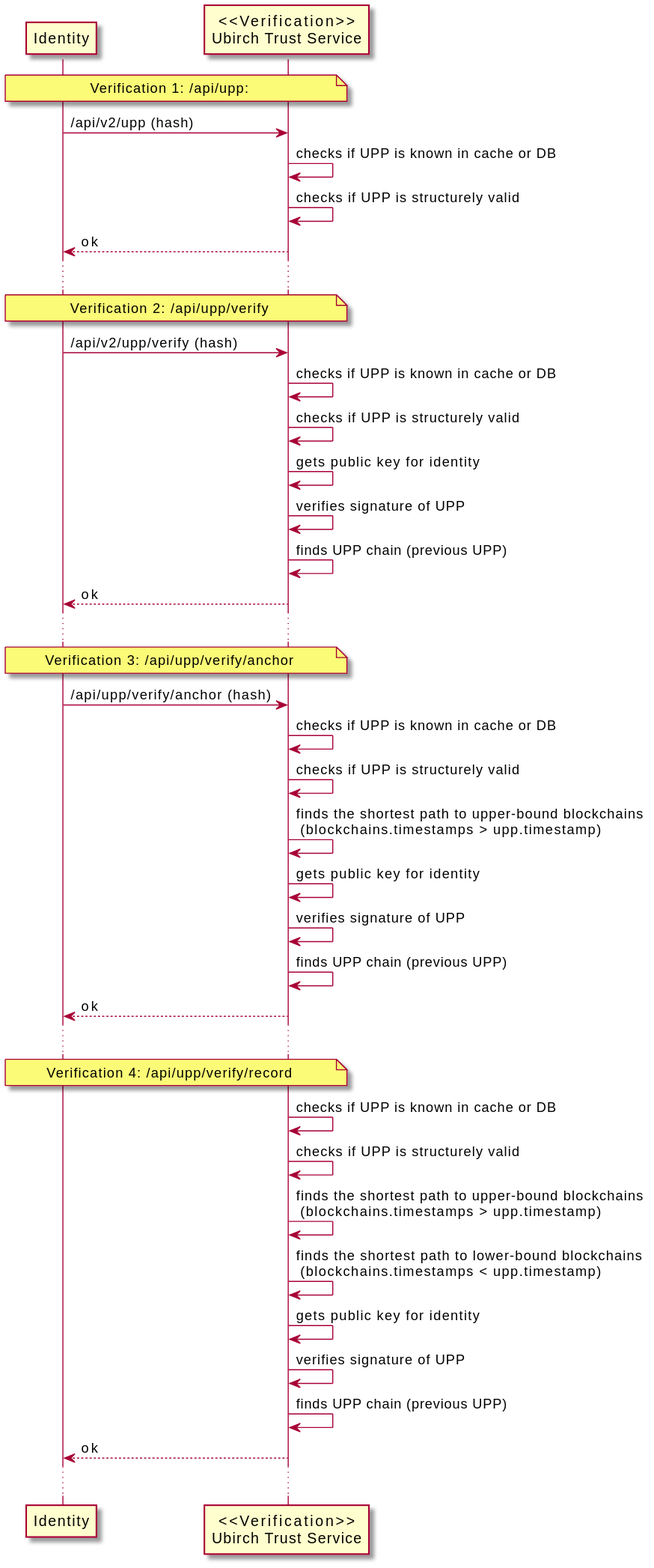
Before: .images/Verification.svg, a diagram exported from PlantUML (ubirch/ubirch-event-log).
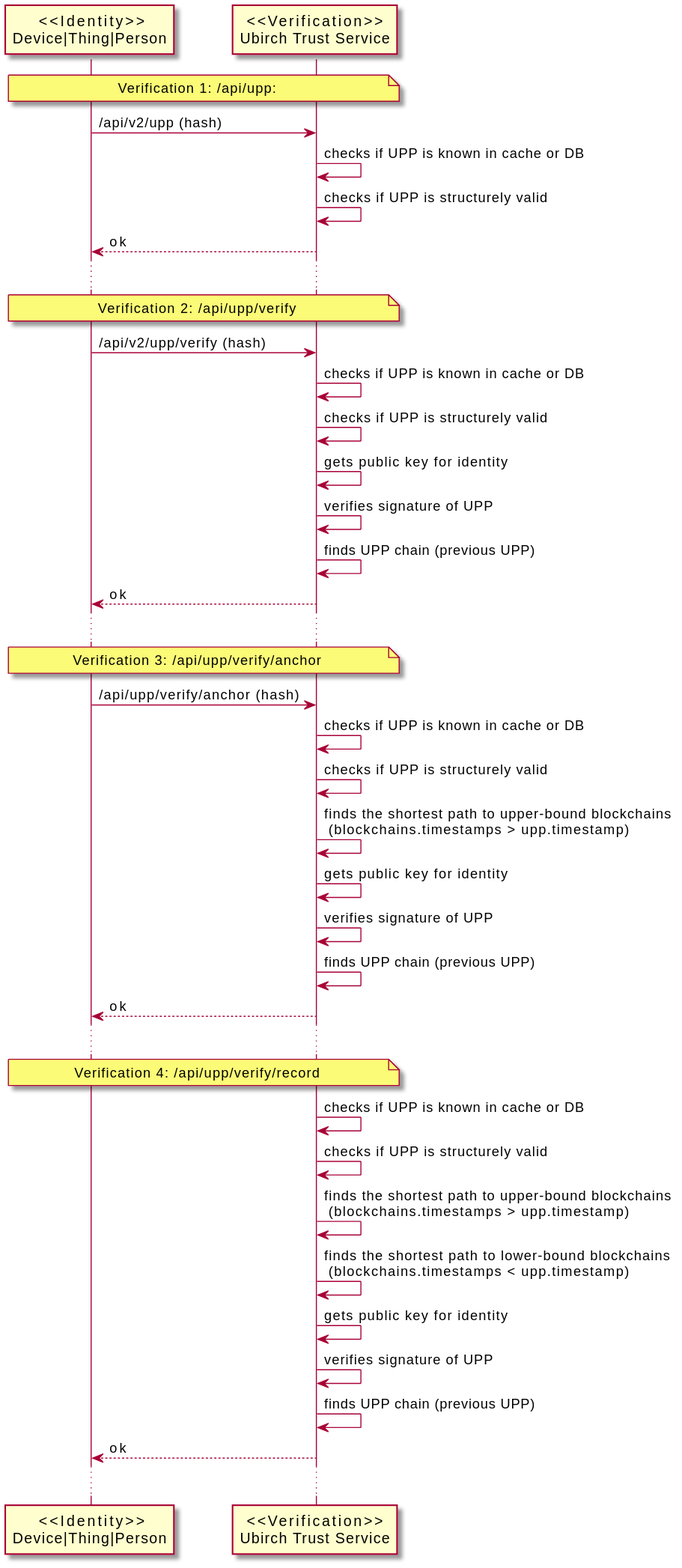
After the change.

Commit message:
PROFIT-102 Adding some diagrams for anchoring and verification

The edit, as a diff of the source:
```diff
@@ -1,6 +1,9 @@
 @startuml
 
-participant Identity as identity
+participant identity [
+  <<Identity>>
+ Device|Thing|Person
+]
 participant trust_service_verification [
   <<Verification>>
   Ubirch Trust Service
```
